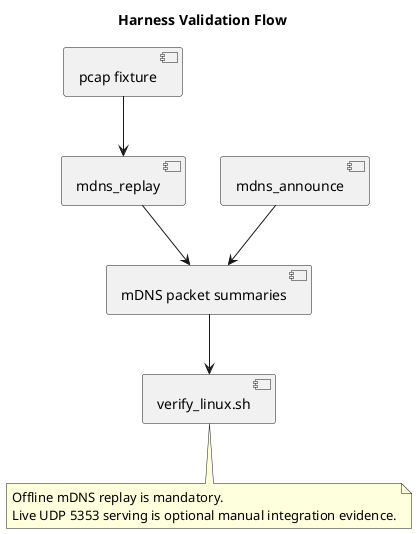
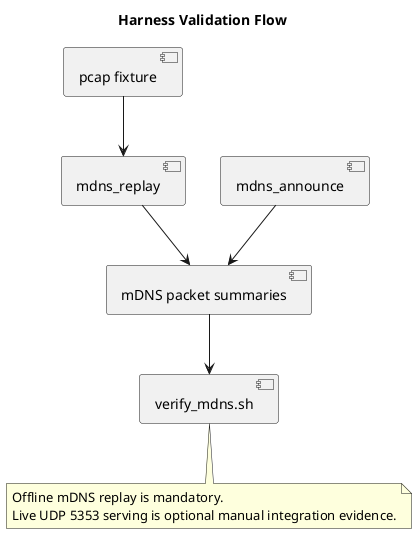
@startuml
title Harness Validation Flow

component "pcap fixture" as PcapFixture
component "mdns_replay" as MdnsReplay
component "mdns_announce" as MdnsAnnounce
component "mDNS packet summaries" as MdnsSummary
- component "verify_linux.sh" as VerifyLinux
+ component "verify_mdns.sh" as VerifyMdns

PcapFixture --> MdnsReplay
MdnsReplay --> MdnsSummary
MdnsAnnounce --> MdnsSummary
- MdnsSummary --> VerifyLinux
+ MdnsSummary --> VerifyMdns

note bottom
Offline mDNS replay is mandatory.
Live UDP 5353 serving is optional manual integration evidence.
end note

@enduml
